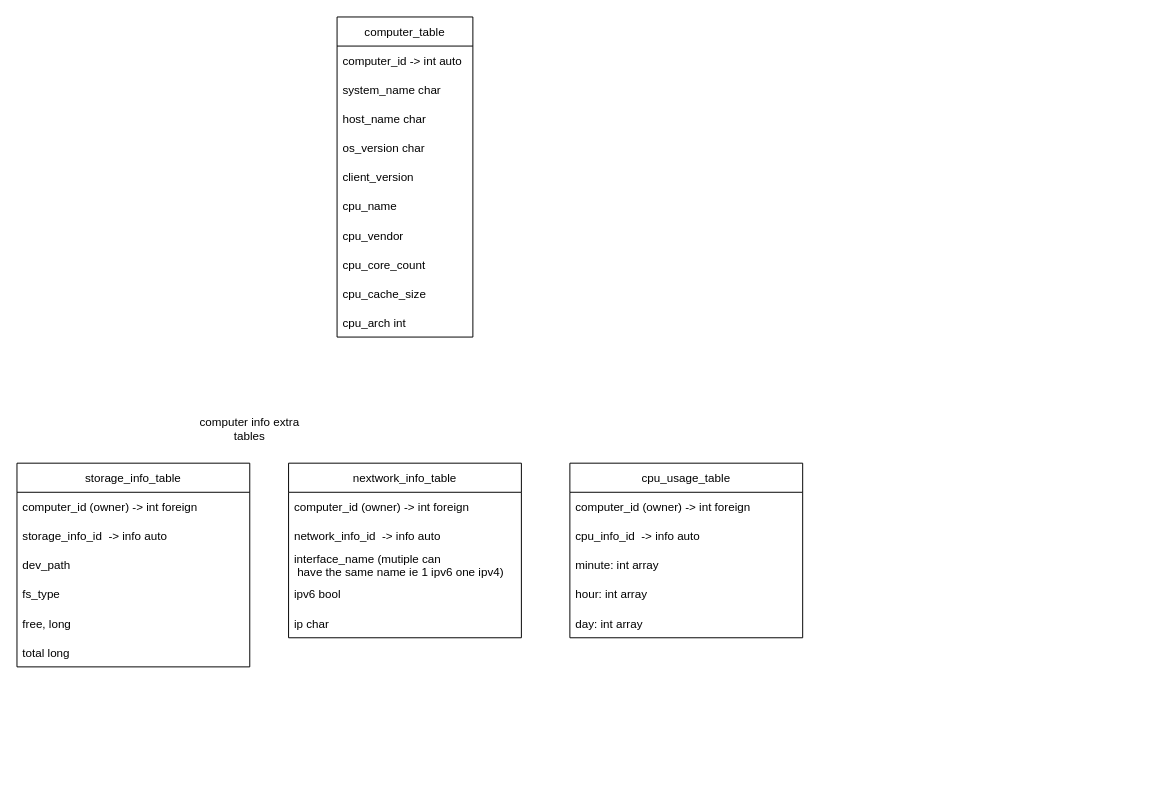
Before: setup/db/rms_2_0_db_design.drawio in qawse3dr/RMS_2_0, a draw.io diagram. Source tidied: cells renumbered, new cells numbered last; positions are measured from the earlier drawing's top-left corner, leaving out a move shared by most shapes. Both pictures are drawn from the tidied source at 97%, with x=0, y=0 at pixel (16, 16).
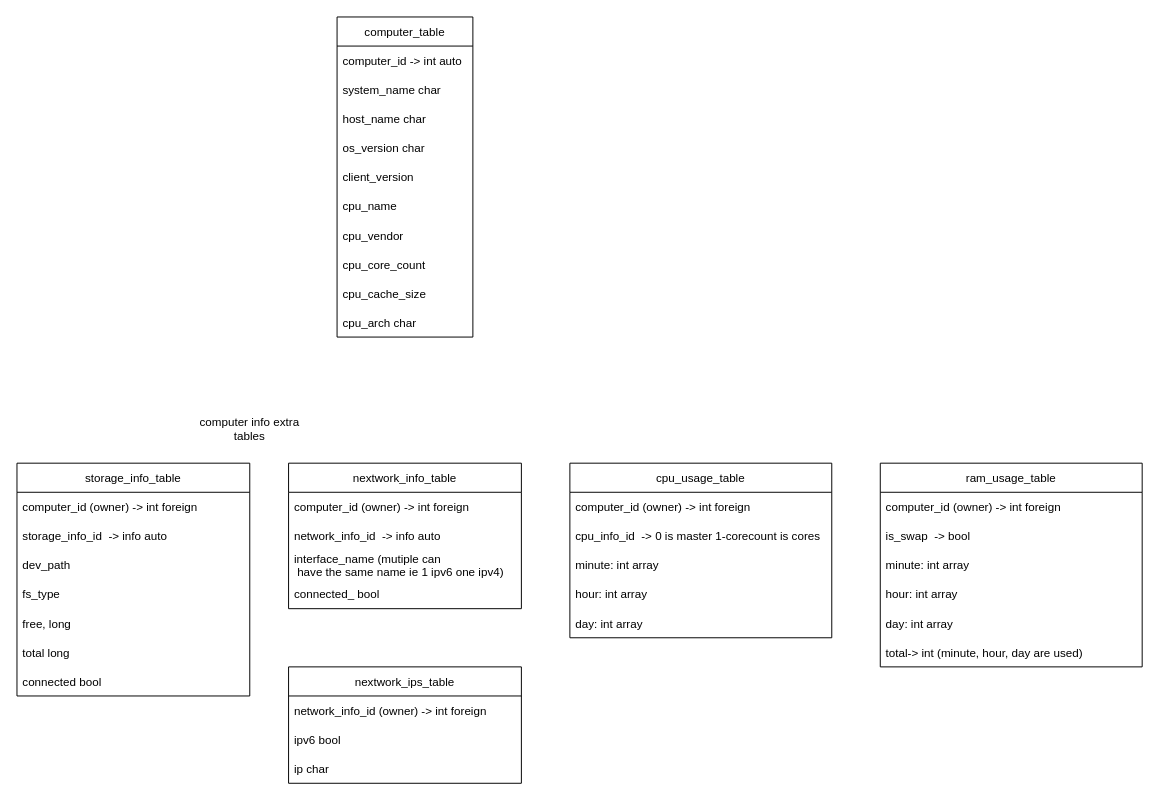
The same page after the edit.

The change refers to these unchanged cells:
```xml
<mxCell id="2" value="computer_table" style="swimlane;fontStyle=0;horizontal=1;startSize=30;" parent="1" vertex="1">
  <mxGeometry x="330" width="140" height="330" as="geometry" />
</mxCell>
```

The edit, as a diff of the source:
```diff
@@
-    <mxCell id="12" value="cpu_arch int" style="text;strokeColor=none;fillColor=none;align=left;verticalAlign=middle;spacingLeft=4;spacingRight=4;overflow=hidden;" parent="2" vertex="1">
+    <mxCell id="12" value="cpu_arch char" style="text;strokeColor=none;fillColor=none;align=left;verticalAlign=middle;spacingLeft=4;spacingRight=4;overflow=hidden;" parent="2" vertex="1">
       <mxGeometry y="300" width="140" height="30" as="geometry" />
     </mxCell>
     <mxCell id="13" value="storage_info_table" style="swimlane;fontStyle=0;horizontal=1;startSize=30;" parent="1" vertex="1">
-      <mxGeometry y="460" width="240" height="210" as="geometry" />
+      <mxGeometry y="460" width="240" height="240" as="geometry" />
     </mxCell>
@@
+    <mxCell id="33" value="connected bool" style="text;strokeColor=none;fillColor=none;align=left;verticalAlign=middle;spacingLeft=4;spacingRight=4;overflow=hidden;" parent="13" vertex="1">
+      <mxGeometry y="210" width="240" height="30" as="geometry" />
+    </mxCell>
@@
     <mxCell id="21" value="nextwork_info_table" style="swimlane;fontStyle=0;horizontal=1;startSize=30;" parent="1" vertex="1">
-      <mxGeometry x="280" y="460" width="240" height="180" as="geometry" />
+      <mxGeometry x="280" y="460" width="240" height="150" as="geometry" />
     </mxCell>
@@
-    <mxCell id="25" value="ipv6 bool" style="text;strokeColor=none;fillColor=none;align=left;verticalAlign=middle;spacingLeft=4;spacingRight=4;overflow=hidden;" parent="21" vertex="1">
-      <mxGeometry y="120" width="240" height="30" as="geometry" />
-    </mxCell>
-    <mxCell id="26" value="ip char" style="text;strokeColor=none;fillColor=none;align=left;verticalAlign=middle;spacingLeft=4;spacingRight=4;overflow=hidden;" parent="21" vertex="1">
-      <mxGeometry y="150" width="240" height="30" as="geometry" />
+    <mxCell id="26" value="connected_ bool" style="text;strokeColor=none;fillColor=none;align=left;verticalAlign=middle;spacingLeft=4;spacingRight=4;overflow=hidden;" parent="21" vertex="1">
+      <mxGeometry y="120" width="240" height="30" as="geometry" />
     </mxCell>
     <mxCell id="27" value="cpu_usage_table" style="swimlane;fontStyle=0;horizontal=1;startSize=30;" parent="1" vertex="1">
-      <mxGeometry x="570" y="460" width="240" height="180" as="geometry" />
+      <mxGeometry x="570" y="460" width="270" height="180" as="geometry" />
     </mxCell>
     <mxCell id="28" value="computer_id (owner) -&gt; int foreign" style="text;strokeColor=none;fillColor=none;align=left;verticalAlign=middle;spacingLeft=4;spacingRight=4;overflow=hidden;" parent="27" vertex="1">
-      <mxGeometry y="30" width="240" height="30" as="geometry" />
+      <mxGeometry y="30" width="270" height="30" as="geometry" />
     </mxCell>
-    <mxCell id="29" value="cpu_info_id  -&gt; info auto" style="text;strokeColor=none;fillColor=none;align=left;verticalAlign=middle;spacingLeft=4;spacingRight=4;overflow=hidden;" parent="27" vertex="1">
-      <mxGeometry y="60" width="240" height="30" as="geometry" />
+    <mxCell id="29" value="cpu_info_id  -&gt; 0 is master 1-corecount is cores" style="text;strokeColor=none;fillColor=none;align=left;verticalAlign=middle;spacingLeft=4;spacingRight=4;overflow=hidden;" parent="27" vertex="1">
+      <mxGeometry y="60" width="270" height="30" as="geometry" />
     </mxCell>
     <mxCell id="30" value="minute: int array" style="text;strokeColor=none;fillColor=none;align=left;verticalAlign=middle;spacingLeft=4;spacingRight=4;overflow=hidden;" parent="27" vertex="1">
-      <mxGeometry y="90" width="240" height="30" as="geometry" />
+      <mxGeometry y="90" width="270" height="30" as="geometry" />
     </mxCell>
     <mxCell id="31" value="hour: int array" style="text;strokeColor=none;fillColor=none;align=left;verticalAlign=middle;spacingLeft=4;spacingRight=4;overflow=hidden;" parent="27" vertex="1">
-      <mxGeometry y="120" width="240" height="30" as="geometry" />
+      <mxGeometry y="120" width="270" height="30" as="geometry" />
     </mxCell>
     <mxCell id="32" value="day: int array" style="text;strokeColor=none;fillColor=none;align=left;verticalAlign=middle;spacingLeft=4;spacingRight=4;overflow=hidden;" parent="27" vertex="1">
-      <mxGeometry y="150" width="240" height="30" as="geometry" />
+      <mxGeometry y="150" width="270" height="30" as="geometry" />
     </mxCell>
+    <mxCell id="34" value="ram_usage_table" style="swimlane;fontStyle=0;horizontal=1;startSize=30;" parent="1" vertex="1">
+      <mxGeometry x="890" y="460" width="270" height="210" as="geometry" />
+    </mxCell>
+    <mxCell id="35" value="computer_id (owner) -&gt; int foreign" style="text;strokeColor=none;fillColor=none;align=left;verticalAlign=middle;spacingLeft=4;spacingRight=4;overflow=hidden;" parent="34" vertex="1">
+      <mxGeometry y="30" width="270" height="30" as="geometry" />
+    </mxCell>
+    <mxCell id="36" value="is_swap  -&gt; bool" style="text;strokeColor=none;fillColor=none;align=left;verticalAlign=middle;spacingLeft=4;spacingRight=4;overflow=hidden;" parent="34" vertex="1">
+      <mxGeometry y="60" width="270" height="30" as="geometry" />
+    </mxCell>
+    <mxCell id="37" value="minute: int array" style="text;strokeColor=none;fillColor=none;align=left;verticalAlign=middle;spacingLeft=4;spacingRight=4;overflow=hidden;" parent="34" vertex="1">
+      <mxGeometry y="90" width="270" height="30" as="geometry" />
+    </mxCell>
+    <mxCell id="38" value="hour: int array" style="text;strokeColor=none;fillColor=none;align=left;verticalAlign=middle;spacingLeft=4;spacingRight=4;overflow=hidden;" parent="34" vertex="1">
+      <mxGeometry y="120" width="270" height="30" as="geometry" />
+    </mxCell>
+    <mxCell id="39" value="day: int array" style="text;strokeColor=none;fillColor=none;align=left;verticalAlign=middle;spacingLeft=4;spacingRight=4;overflow=hidden;" parent="34" vertex="1">
+      <mxGeometry y="150" width="270" height="30" as="geometry" />
+    </mxCell>
+    <mxCell id="40" value="total-&gt; int (minute, hour, day are used)" style="text;strokeColor=none;fillColor=none;align=left;verticalAlign=middle;spacingLeft=4;spacingRight=4;overflow=hidden;" parent="34" vertex="1">
+      <mxGeometry y="180" width="270" height="30" as="geometry" />
+    </mxCell>
+    <mxCell id="41" value="nextwork_ips_table" style="swimlane;fontStyle=0;horizontal=1;startSize=30;" parent="1" vertex="1">
+      <mxGeometry x="280" y="670" width="240" height="120" as="geometry" />
+    </mxCell>
+    <mxCell id="42" value="network_info_id (owner) -&gt; int foreign" style="text;strokeColor=none;fillColor=none;align=left;verticalAlign=middle;spacingLeft=4;spacingRight=4;overflow=hidden;" parent="41" vertex="1">
+      <mxGeometry y="30" width="240" height="30" as="geometry" />
+    </mxCell>
+    <mxCell id="25" value="ipv6 bool" style="text;strokeColor=none;fillColor=none;align=left;verticalAlign=middle;spacingLeft=4;spacingRight=4;overflow=hidden;" parent="41" vertex="1">
+      <mxGeometry y="60" width="240" height="30" as="geometry" />
+    </mxCell>
+    <mxCell id="43" value="ip char" style="text;strokeColor=none;fillColor=none;align=left;verticalAlign=middle;spacingLeft=4;spacingRight=4;overflow=hidden;" parent="41" vertex="1">
+      <mxGeometry y="90" width="240" height="30" as="geometry" />
+    </mxCell>
```
